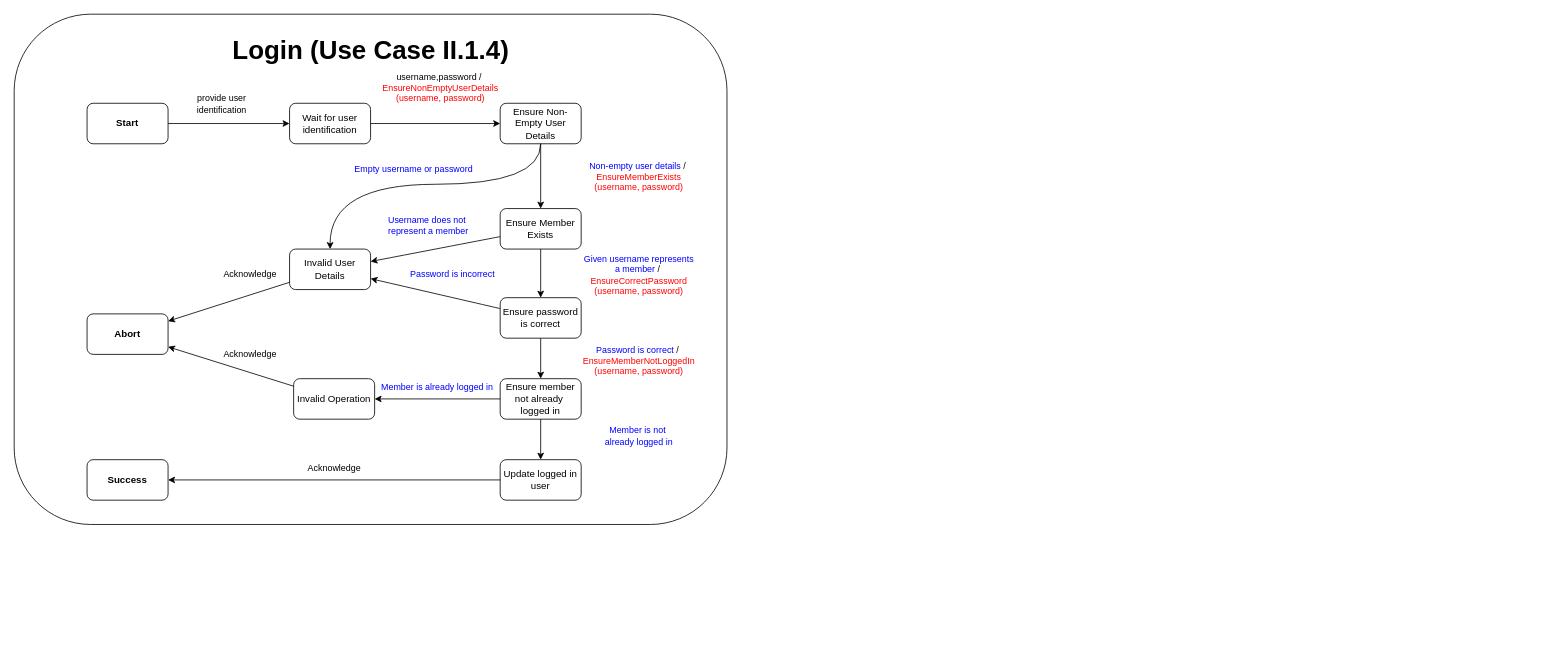
Above: page "State Chart" (3 of 3) of Workshop.drawio in itaitzruia4/Workshop (draw.io), before the change. Source tidied: cells renumbered, new cells numbered last; positions are measured from the earlier drawing's top-left corner, leaving out a move shared by most shapes. Both pictures are drawn from the tidied source at 81%, with x=0, y=0 at pixel (14, 14).
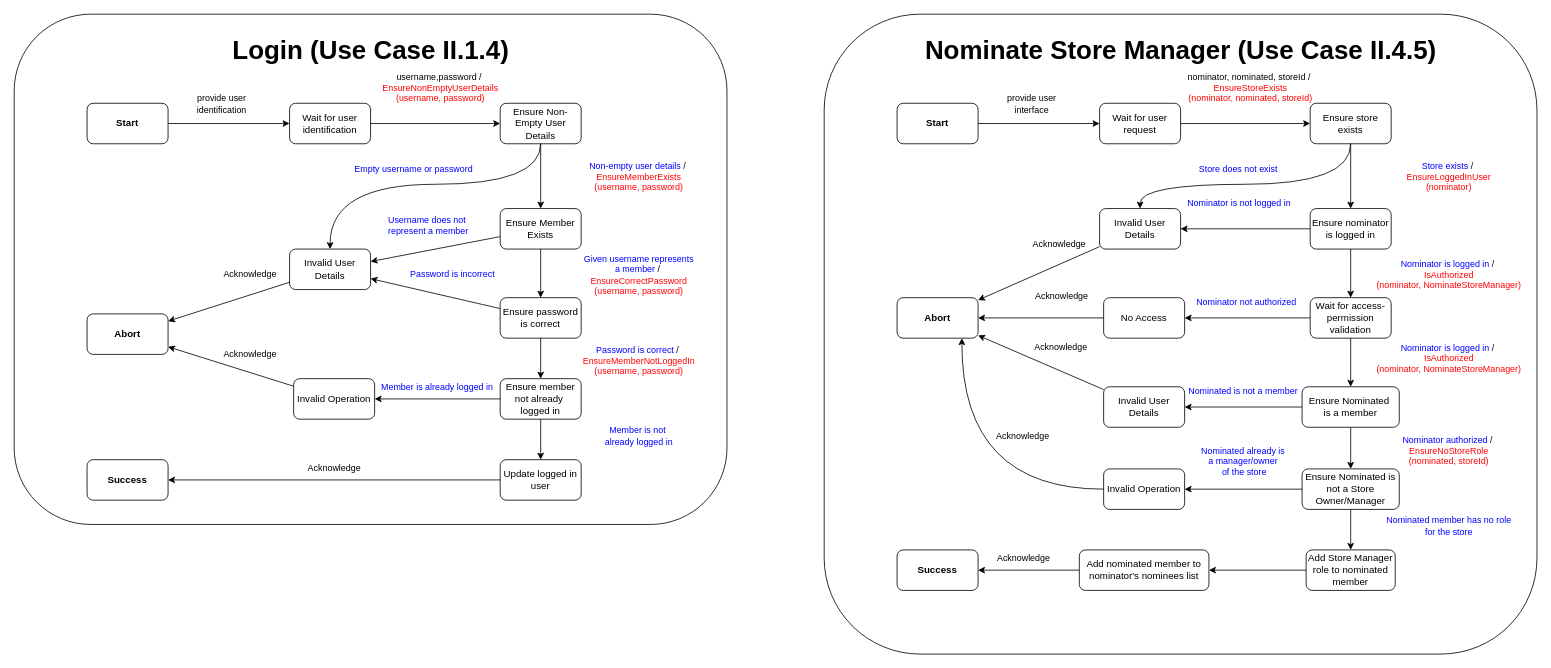
The same diagram, later.

Commit message:
Finished state chart

Diff of the diagram source:
```diff
@@
+    <mxCell id="41" style="rounded=1;whiteSpace=wrap;html=1;" parent="1" vertex="1">
+      <mxGeometry x="1000" width="880" height="790" as="geometry" />
+    </mxCell>
+    <mxCell id="42" value="&lt;b&gt;Start&lt;/b&gt;" style="rounded=1;whiteSpace=wrap;html=1;" parent="1" vertex="1">
+      <mxGeometry x="1090" y="110" width="100" height="50" as="geometry" />
+    </mxCell>
+    <mxCell id="43" style="endArrow=classic;html=1;rounded=0;" parent="1" edge="1" source="42" target="45">
+      <mxGeometry relative="1" as="geometry" />
+    </mxCell>
+    <mxCell id="44" value="provide user&lt;br&gt;interface" style="edgeLabel;html=1;align=center;verticalAlign=middle;" parent="43" vertex="1">
+      <mxGeometry x="-0.27" y="1" relative="1" as="geometry">
+        <mxPoint x="10" y="-24" as="offset" />
+      </mxGeometry>
+    </mxCell>
+    <mxCell id="45" value="Wait for user request" style="rounded=1;whiteSpace=wrap;html=1;" parent="1" vertex="1">
+      <mxGeometry x="1340" y="110" width="100" height="50" as="geometry" />
+    </mxCell>
+    <mxCell id="46" style="endArrow=classic;html=1;rounded=0;" parent="1" edge="1" source="45" target="49">
+      <mxGeometry relative="1" as="geometry" />
+    </mxCell>
+    <mxCell id="47" value="nominator, nominated, storeId /&amp;nbsp;&lt;br&gt;&lt;font color=&quot;#ff0000&quot;&gt;EnsureStoreExists&lt;br&gt;(nominator, nominated, storeId)&lt;/font&gt;" style="edgeLabel;html=1;align=center;verticalAlign=middle;" parent="46" vertex="1">
+      <mxGeometry x="-0.27" y="1" relative="1" as="geometry">
+        <mxPoint x="27" y="-44" as="offset" />
+      </mxGeometry>
+    </mxCell>
+    <mxCell id="48" value="&lt;b&gt;Abort&lt;/b&gt;" style="rounded=1;whiteSpace=wrap;html=1;" parent="1" vertex="1">
+      <mxGeometry x="1090" y="350" width="100" height="50" as="geometry" />
+    </mxCell>
+    <mxCell id="49" value="Ensure store&lt;br&gt;exists" style="rounded=1;whiteSpace=wrap;html=1;" parent="1" vertex="1">
+      <mxGeometry x="1600" y="110" width="100" height="50" as="geometry" />
+    </mxCell>
+    <mxCell id="50" style="endArrow=classic;html=1;rounded=0;fontColor=#FF0000;edgeStyle=orthogonalEdgeStyle;curved=1;" parent="1" edge="1" source="49" target="52">
+      <mxGeometry relative="1" as="geometry">
+        <Array as="points">
+          <mxPoint x="1650" y="210" />
+          <mxPoint x="1390" y="210" />
+        </Array>
+      </mxGeometry>
+    </mxCell>
+    <mxCell id="51" value="&lt;font color=&quot;#0000ff&quot;&gt;Store does not exist&lt;/font&gt;" style="edgeLabel;html=1;align=center;verticalAlign=middle;fontColor=#FF0000;" parent="50" vertex="1">
+      <mxGeometry x="-0.26" relative="1" as="geometry">
+        <mxPoint x="-64" y="-20" as="offset" />
+      </mxGeometry>
+    </mxCell>
+    <mxCell id="52" value="Invalid User&lt;br&gt;Details" style="rounded=1;whiteSpace=wrap;html=1;" parent="1" vertex="1">
+      <mxGeometry x="1340" y="240" width="100" height="50" as="geometry" />
+    </mxCell>
+    <mxCell id="53" style="endArrow=classic;html=1;rounded=0;" parent="1" edge="1" source="52" target="48">
+      <mxGeometry relative="1" as="geometry" />
+    </mxCell>
+    <mxCell id="54" value="Acknowledge" style="edgeLabel;html=1;align=center;verticalAlign=middle;" parent="53" vertex="1">
+      <mxGeometry x="-0.27" y="1" relative="1" as="geometry">
+        <mxPoint x="4" y="-29" as="offset" />
+      </mxGeometry>
+    </mxCell>
+    <mxCell id="55" value="Ensure nominator is logged in" style="rounded=1;whiteSpace=wrap;html=1;" parent="1" vertex="1">
+      <mxGeometry x="1600" y="240" width="100" height="50" as="geometry" />
+    </mxCell>
+    <mxCell id="56" style="endArrow=classic;html=1;rounded=0;" parent="1" edge="1" source="49" target="55">
+      <mxGeometry relative="1" as="geometry" />
+    </mxCell>
+    <mxCell id="57" value="&lt;font color=&quot;#0000ff&quot;&gt;Store exists&lt;/font&gt; /&amp;nbsp;&lt;br&gt;&lt;font color=&quot;#ff0000&quot;&gt;EnsureLoggedInUser&lt;br&gt;(nominator)&lt;/font&gt;" style="edgeLabel;html=1;align=center;verticalAlign=middle;" parent="56" vertex="1">
+      <mxGeometry x="-0.27" y="1" relative="1" as="geometry">
+        <mxPoint x="119" y="11" as="offset" />
+      </mxGeometry>
+    </mxCell>
+    <mxCell id="58" style="endArrow=classic;html=1;rounded=0;fontColor=#0000FF;curved=1;" parent="1" edge="1" source="55" target="52">
+      <mxGeometry relative="1" as="geometry" />
+    </mxCell>
+    <mxCell id="59" value="Nominator is not logged in" style="edgeLabel;html=1;align=center;verticalAlign=middle;fontColor=#0000FF;" parent="58" vertex="1">
+      <mxGeometry x="0.21" y="-2" relative="1" as="geometry">
+        <mxPoint x="8" y="-31" as="offset" />
+      </mxGeometry>
+    </mxCell>
+    <mxCell id="60" style="endArrow=classic;html=1;rounded=0;" parent="1" edge="1" source="55" target="62">
+      <mxGeometry relative="1" as="geometry" />
+    </mxCell>
+    <mxCell id="61" value="&lt;font color=&quot;#0000ff&quot;&gt;Nominator is logged in&amp;nbsp;&lt;/font&gt;/&amp;nbsp;&lt;br&gt;&lt;span style=&quot;color: rgb(255 , 0 , 0)&quot;&gt;IsAuthorized&lt;/span&gt;&lt;br style=&quot;color: rgb(255 , 0 , 0)&quot;&gt;&lt;span style=&quot;color: rgb(255 , 0 , 0)&quot;&gt;(nominator, NominateStoreManager)&lt;/span&gt;" style="edgeLabel;html=1;align=center;verticalAlign=middle;" parent="60" vertex="1">
+      <mxGeometry x="-0.27" y="1" relative="1" as="geometry">
+        <mxPoint x="119" y="9" as="offset" />
+      </mxGeometry>
+    </mxCell>
+    <mxCell id="62" value="Wait for access-permission validation" style="rounded=1;whiteSpace=wrap;html=1;" parent="1" vertex="1">
+      <mxGeometry x="1600" y="350" width="100" height="50" as="geometry" />
+    </mxCell>
+    <mxCell id="63" style="endArrow=classic;html=1;rounded=0;fontColor=#0000FF;curved=1;" parent="1" edge="1" source="62" target="80">
+      <mxGeometry relative="1" as="geometry" />
+    </mxCell>
+    <mxCell id="64" value="Nominator not authorized" style="edgeLabel;html=1;align=center;verticalAlign=middle;fontColor=#0000FF;" parent="63" vertex="1">
+      <mxGeometry x="0.21" y="-2" relative="1" as="geometry">
+        <mxPoint x="14" y="-19" as="offset" />
+      </mxGeometry>
+    </mxCell>
+    <mxCell id="65" value="Ensure Nominated is not a Store Owner/Manager" style="rounded=1;whiteSpace=wrap;html=1;" parent="1" vertex="1">
+      <mxGeometry x="1590" y="561.4" width="120" height="50" as="geometry" />
+    </mxCell>
+    <mxCell id="66" style="endArrow=classic;html=1;rounded=0;" parent="1" edge="1" source="83" target="65">
+      <mxGeometry relative="1" as="geometry" />
+    </mxCell>
+    <mxCell id="67" value="&lt;font color=&quot;#0000ff&quot;&gt;Nominator authorized&amp;nbsp;&lt;/font&gt;/&amp;nbsp;&lt;br&gt;&lt;font color=&quot;#ff0000&quot;&gt;EnsureNoStoreRole&lt;br&gt;(nominated, storeId)&lt;/font&gt;" style="edgeLabel;html=1;align=center;verticalAlign=middle;" parent="66" vertex="1">
+      <mxGeometry x="-0.27" y="1" relative="1" as="geometry">
+        <mxPoint x="119" y="9" as="offset" />
+      </mxGeometry>
+    </mxCell>
+    <mxCell id="68" style="endArrow=classic;html=1;rounded=0;fontColor=#0000FF;" parent="1" edge="1" source="65" target="70">
+      <mxGeometry relative="1" as="geometry" />
+    </mxCell>
+    <mxCell id="69" value="Nominated already is&lt;br&gt;a manager/owner&lt;br&gt;&amp;nbsp;of the store" style="edgeLabel;html=1;align=center;verticalAlign=middle;fontColor=#0000FF;" parent="68" vertex="1">
+      <mxGeometry x="-0.07" y="-32" relative="1" as="geometry">
+        <mxPoint x="-7" y="-3" as="offset" />
+      </mxGeometry>
+    </mxCell>
+    <mxCell id="70" value="Invalid Operation" style="rounded=1;whiteSpace=wrap;html=1;" parent="1" vertex="1">
+      <mxGeometry x="1345" y="561.4" width="100" height="50" as="geometry" />
+    </mxCell>
+    <mxCell id="71" style="endArrow=classic;html=1;rounded=0;edgeStyle=orthogonalEdgeStyle;curved=1;" parent="1" edge="1" source="70" target="48">
+      <mxGeometry relative="1" as="geometry">
+        <Array as="points">
+          <mxPoint x="1170" y="586" />
+        </Array>
+      </mxGeometry>
+    </mxCell>
+    <mxCell id="72" value="Acknowledge" style="edgeLabel;html=1;align=center;verticalAlign=middle;" parent="71" vertex="1">
+      <mxGeometry x="-0.27" y="1" relative="1" as="geometry">
+        <mxPoint x="31" y="-67" as="offset" />
+      </mxGeometry>
+    </mxCell>
+    <mxCell id="73" value="Add Store Manager role to nominated member" style="rounded=1;whiteSpace=wrap;html=1;" parent="1" vertex="1">
+      <mxGeometry x="1595" y="661.4" width="110" height="50" as="geometry" />
+    </mxCell>
+    <mxCell id="74" style="endArrow=classic;html=1;rounded=0;fontColor=#0000FF;" parent="1" edge="1" source="65" target="73">
+      <mxGeometry relative="1" as="geometry" />
+    </mxCell>
+    <mxCell id="75" value="Nominated member has no role&lt;br&gt;for the store" style="edgeLabel;html=1;align=center;verticalAlign=middle;fontColor=#0000FF;" parent="74" vertex="1">
+      <mxGeometry x="-0.44" y="4" relative="1" as="geometry">
+        <mxPoint x="116" y="6" as="offset" />
+      </mxGeometry>
+    </mxCell>
+    <mxCell id="76" value="&lt;b&gt;Success&lt;/b&gt;" style="rounded=1;whiteSpace=wrap;html=1;" parent="1" vertex="1">
+      <mxGeometry x="1090" y="661.4" width="100" height="50" as="geometry" />
+    </mxCell>
+    <mxCell id="77" style="endArrow=classic;html=1;rounded=0;fontColor=#0000FF;" parent="1" edge="1" source="91" target="76">
+      <mxGeometry relative="1" as="geometry" />
+    </mxCell>
+    <mxCell id="78" value="&lt;font color=&quot;#000000&quot;&gt;Acknowledge&lt;/font&gt;" style="edgeLabel;html=1;align=center;verticalAlign=middle;fontColor=#0000FF;" parent="77" vertex="1">
+      <mxGeometry x="-0.1" relative="1" as="geometry">
+        <mxPoint x="-14" y="-15" as="offset" />
+      </mxGeometry>
+    </mxCell>
+    <mxCell id="79" value="&lt;b&gt;&lt;font style=&quot;font-size: 32px&quot;&gt;Nominate Store Manager (Use Case II.4.5)&lt;/font&gt;&lt;/b&gt;" style="text;html=1;align=center;verticalAlign=middle;strokeColor=none;fillColor=none;fontColor=#000000;" parent="1" vertex="1">
+      <mxGeometry x="1115" y="30" width="650" height="30" as="geometry" />
+    </mxCell>
+    <mxCell id="80" value="No Access" style="rounded=1;whiteSpace=wrap;html=1;" parent="1" vertex="1">
+      <mxGeometry x="1345" y="350" width="100" height="50" as="geometry" />
+    </mxCell>
+    <mxCell id="81" style="endArrow=classic;html=1;rounded=0;" parent="1" edge="1" source="80" target="48">
+      <mxGeometry relative="1" as="geometry" />
+    </mxCell>
+    <mxCell id="82" value="Acknowledge" style="edgeLabel;html=1;align=center;verticalAlign=middle;" parent="81" vertex="1">
+      <mxGeometry x="-0.27" y="1" relative="1" as="geometry">
+        <mxPoint x="4" y="-29" as="offset" />
+      </mxGeometry>
+    </mxCell>
+    <mxCell id="83" value="Ensure Nominated&amp;nbsp;&lt;br&gt;is a member" style="rounded=1;whiteSpace=wrap;html=1;" parent="1" vertex="1">
+      <mxGeometry x="1590" y="460" width="120" height="50" as="geometry" />
+    </mxCell>
+    <mxCell id="84" style="endArrow=classic;html=1;rounded=0;" parent="1" edge="1" source="62" target="83">
+      <mxGeometry relative="1" as="geometry" />
+    </mxCell>
+    <mxCell id="85" value="&lt;font color=&quot;#0000ff&quot;&gt;Nominator is logged in&amp;nbsp;&lt;/font&gt;/&amp;nbsp;&lt;br&gt;&lt;span style=&quot;color: rgb(255 , 0 , 0)&quot;&gt;IsAuthorized&lt;/span&gt;&lt;br style=&quot;color: rgb(255 , 0 , 0)&quot;&gt;&lt;span style=&quot;color: rgb(255 , 0 , 0)&quot;&gt;(nominator, NominateStoreManager)&lt;/span&gt;" style="edgeLabel;html=1;align=center;verticalAlign=middle;" parent="84" vertex="1">
+      <mxGeometry x="-0.27" y="1" relative="1" as="geometry">
+        <mxPoint x="119" y="2" as="offset" />
+      </mxGeometry>
+    </mxCell>
+    <mxCell id="86" value="Invalid User&lt;br&gt;Details" style="rounded=1;whiteSpace=wrap;html=1;" parent="1" vertex="1">
+      <mxGeometry x="1345" y="460" width="100" height="50" as="geometry" />
+    </mxCell>
+    <mxCell id="87" style="endArrow=classic;html=1;rounded=0;" parent="1" edge="1" source="86" target="48">
+      <mxGeometry relative="1" as="geometry" />
+    </mxCell>
+    <mxCell id="88" value="Acknowledge" style="edgeLabel;html=1;align=center;verticalAlign=middle;" parent="87" vertex="1">
+      <mxGeometry x="-0.27" y="1" relative="1" as="geometry">
+        <mxPoint x="4" y="-29" as="offset" />
+      </mxGeometry>
+    </mxCell>
+    <mxCell id="89" style="endArrow=classic;html=1;rounded=0;fontColor=#0000FF;curved=1;" parent="1" edge="1" source="83" target="86">
+      <mxGeometry relative="1" as="geometry" />
+    </mxCell>
+    <mxCell id="90" value="Nominated is not a member" style="edgeLabel;html=1;align=center;verticalAlign=middle;fontColor=#0000FF;" parent="89" vertex="1">
+      <mxGeometry x="0.21" y="-2" relative="1" as="geometry">
+        <mxPoint x="14" y="-19" as="offset" />
+      </mxGeometry>
+    </mxCell>
+    <mxCell id="91" value="Add nominated member to nominator's nominees list" style="rounded=1;whiteSpace=wrap;html=1;" parent="1" vertex="1">
+      <mxGeometry x="1315" y="661.4" width="160" height="50" as="geometry" />
+    </mxCell>
+    <mxCell id="92" style="endArrow=classic;html=1;rounded=0;fontColor=#0000FF;" parent="1" edge="1" source="73" target="91">
+      <mxGeometry relative="1" as="geometry" />
+    </mxCell>
```
